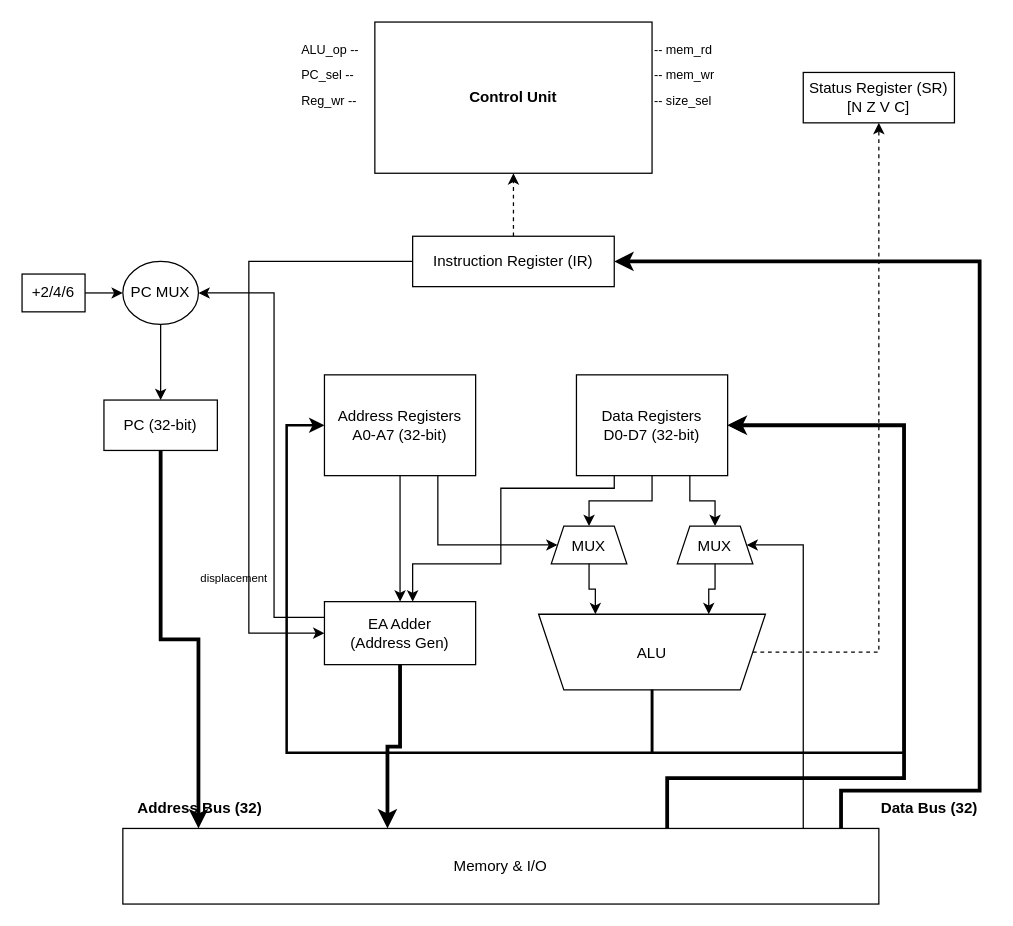
Earlier version of the draw.io diagram ak_lab_3_5.drawio (Dmitry-Kuzmin456/ak_lab3_scheme). Source tidied: cells renumbered, new cells numbered last; positions are measured from the earlier drawing's top-left corner, leaving out a move shared by most shapes. Both pictures are drawn from the tidied source at 126%, with x=0, y=0 at pixel (21, 21).
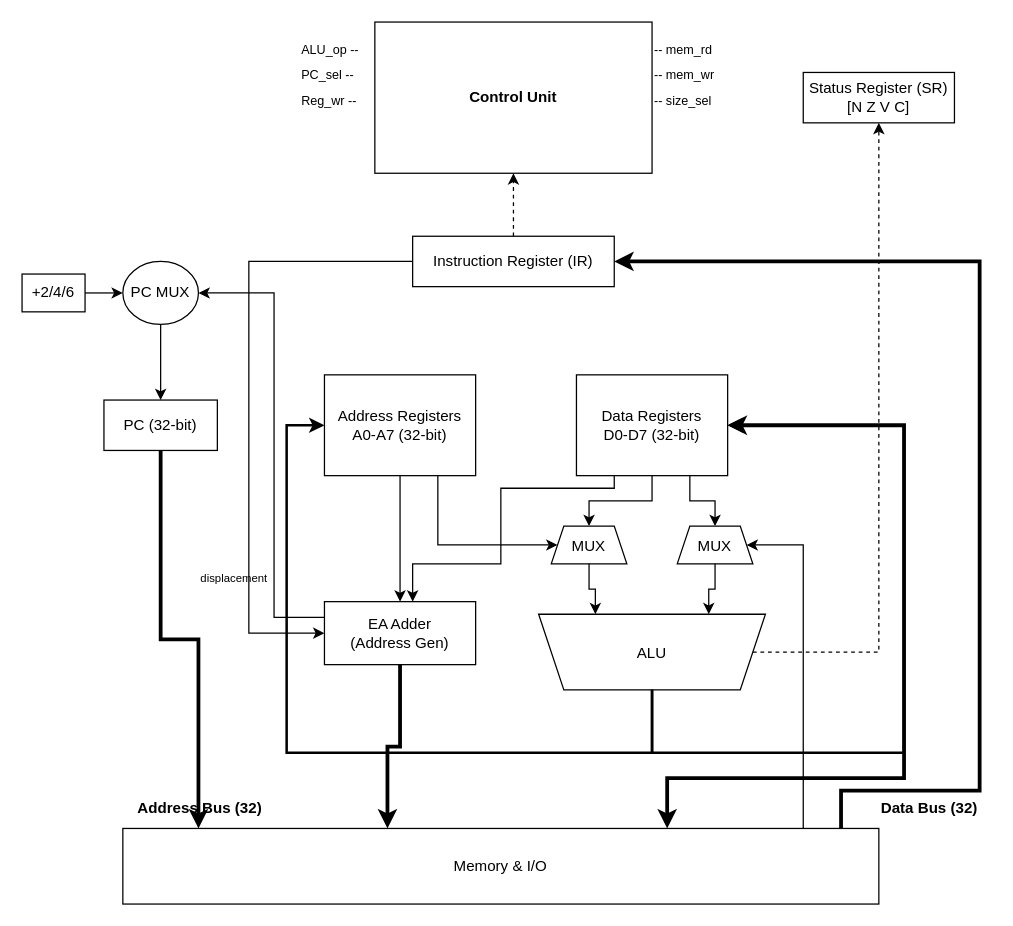
Above is the later version.

Commit message (it also covers changes not shown here):
добавил двойную стрелку на шине данных

The change refers to these unchanged cells:
```xml
<mxCell id="15" value="Data Registers&lt;br&gt;D0-D7 (32-bit)" style="rounded=0;whiteSpace=wrap;html=1;" parent="1" vertex="1">
  <mxGeometry x="440" y="280" width="120" height="80" as="geometry" />
</mxCell>
<mxCell id="20" value="Memory &amp; I/O" style="rounded=0;whiteSpace=wrap;html=1;" parent="1" vertex="1">
  <mxGeometry x="80" y="640" width="600" height="60" as="geometry" />
</mxCell>
```

What changed in the source:
```diff
@@
-    <mxCell id="38" style="edgeStyle=orthogonalEdgeStyle;rounded=0;html=1;exitX=0.72;exitY=0;entryX=1;entryY=0.5;strokeWidth=3;" parent="1" edge="1" source="20" target="15">
+    <mxCell id="38" style="edgeStyle=orthogonalEdgeStyle;rounded=0;html=1;exitX=0.72;exitY=0;entryX=1;entryY=0.5;strokeWidth=3;startArrow=classic;startFill=1;" parent="1" edge="1" source="20" target="15">
       <mxGeometry relative="1" as="geometry">
         <Array as="points">
           <mxPoint x="512" y="600" />
           <mxPoint x="700" y="600" />
           <mxPoint x="700" y="320" />
         </Array>
       </mxGeometry>
     </mxCell>
```
